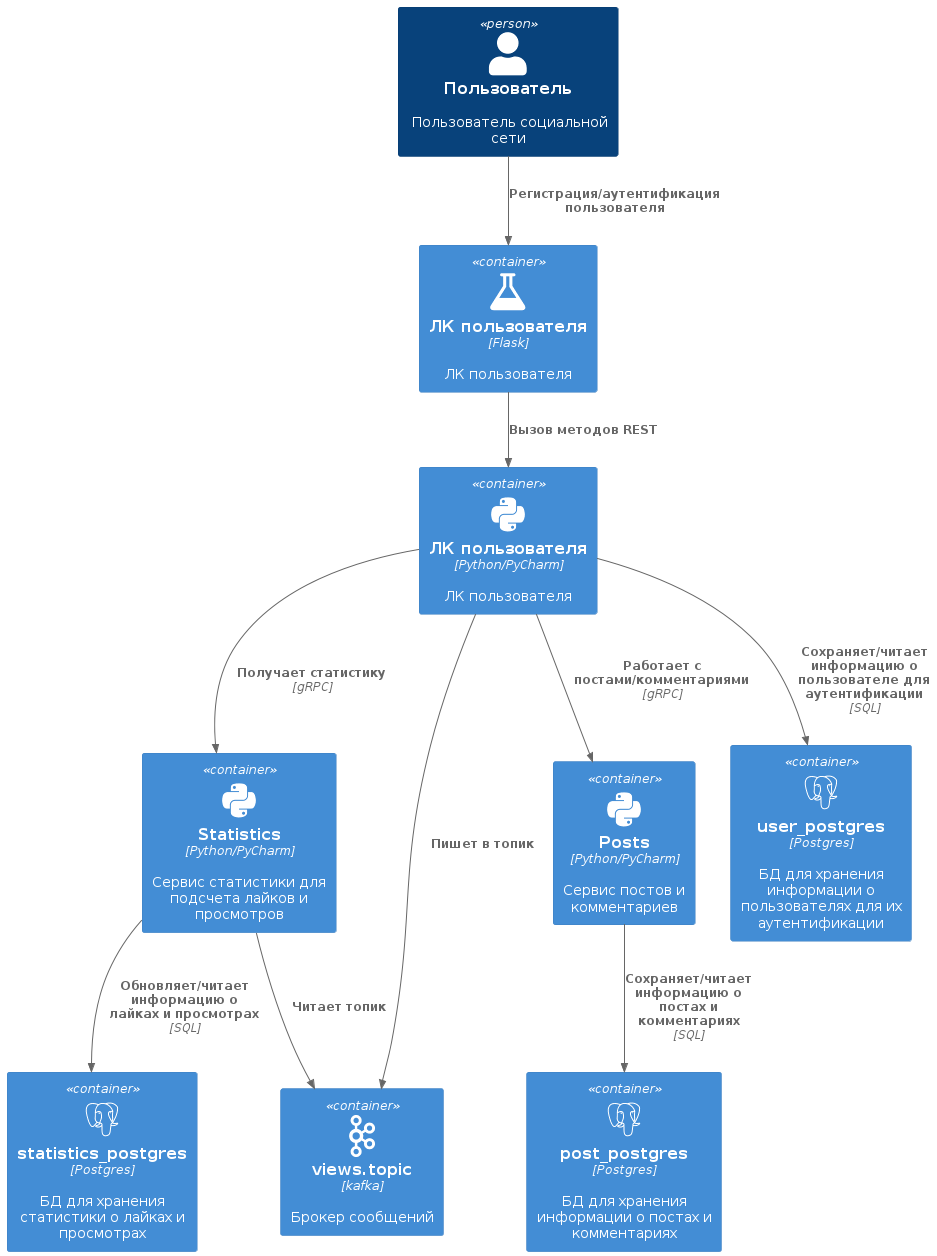
The PlantUML diagram doc/c4-containers.png in tonyaklm/system-project-soa, before a commit. The source it was exported from:
```plantuml
@startuml
!include <C4/C4_Container>

!define PYTHON https://raw.githubusercontent.com/tupadr3/plantuml-icon-font-sprites/master/devicons/python.puml
!include PYTHON

!define FLASK https://raw.githubusercontent.com/tupadr3/plantuml-icon-font-sprites/master/font-awesome/flask.puml
!include FLASK

!define POSTGRES https://raw.githubusercontent.com/tupadr3/plantuml-icon-font-sprites/master/devicons/postgresql.puml
!include POSTGRES

!define ICONURL https://raw.githubusercontent.com/tupadr3/plantuml-icon-font-sprites/master/devicons/postgresql.puml
!include ICONURL

!define KAFKA  https://raw.githubusercontent.com/plantuml/plantuml-stdlib/master/cloudinsight/kafka.puml
!include KAFKA

Person(person, "Пользователь", "Пользователь социальной сети")

Container(personal_account, "ЛК пользователя", "Flask", "ЛК пользователя", "flask")
Container(per_acc_backend, "ЛК пользователя", "Python/PyCharm", "ЛК пользователя", "python")

Container(statistics_service, "Statistics","Python/PyCharm", "Сервис статистики для подсчета лайков и просмотров", "python")
Container(post_service, "Posts","Python/PyCharm", "Сервис постов и комментариев", "python")


Container(db_user, "user_postgres","Postgres", "БД для хранения информации о пользователях для их аутентификации", "postgresql")
Container(db_post, "post_postgres","Postgres", "БД для хранения информации о постах и комментариях", "postgresql")
Container(db_statistics, "statistics_postgres","Postgres", "БД для хранения статистики о лайках и просмотрах", "postgresql")

Container(message_broker, "views.topic","kafka", "Брокер сообщений", "kafka")

Rel(person, personal_account, "Регистрация/аутентификация пользователя")
Rel(per_acc_backend, statistics_service, "Получает статистику", "gRPC")
Rel(personal_account, per_acc_backend, "Вызов методов REST")
Rel(per_acc_backend, message_broker, "Пишет в топик")
Rel(statistics_service, message_broker, "Читает топик")
Rel(per_acc_backend, post_service, "Работает с постами/комментариями", "gRPC")

Rel(per_acc_backend, db_user, "Сохраняет/читает информацию о пользователе для аутентификации", "SQL")
Rel(post_service, db_post, "Сохраняет/читает информацию о постах и комментариях", "SQL")
Rel(statistics_service, db_statistics, "Обновляет/читает информацию о лайках и просмотрах", "SQL")

@enduml
```
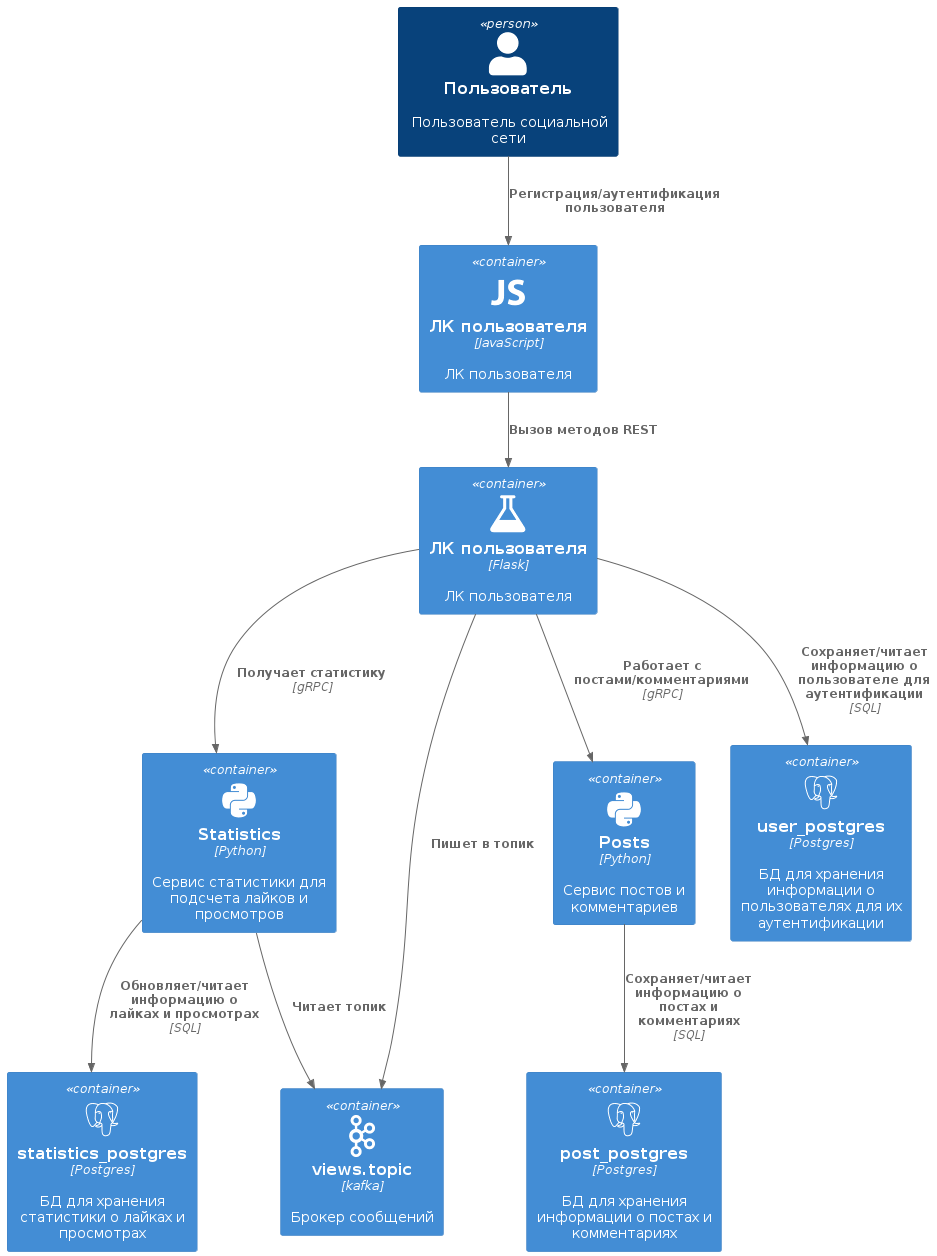
After the commit.

What changed in the source:
```diff
@@ -7,22 +7,25 @@
 !define FLASK https://raw.githubusercontent.com/tupadr3/plantuml-icon-font-sprites/master/font-awesome/flask.puml
 !include FLASK
 
+!define JAVASCRIPT https://raw.githubusercontent.com/tupadr3/plantuml-icon-font-sprites/master/devicons/javascript.puml
+!include JAVASCRIPT
+
 !define POSTGRES https://raw.githubusercontent.com/tupadr3/plantuml-icon-font-sprites/master/devicons/postgresql.puml
 !include POSTGRES
 
-!define ICONURL https://raw.githubusercontent.com/tupadr3/plantuml-icon-font-sprites/master/devicons/postgresql.puml
-!include ICONURL
+!define POSTGRESQL https://raw.githubusercontent.com/tupadr3/plantuml-icon-font-sprites/master/devicons/postgresql.puml
+!include POSTGRESQL
 
 !define KAFKA  https://raw.githubusercontent.com/plantuml/plantuml-stdlib/master/cloudinsight/kafka.puml
 !include KAFKA
 
 Person(person, "Пользователь", "Пользователь социальной сети")
 
-Container(personal_account, "ЛК пользователя", "Flask", "ЛК пользователя", "flask")
-Container(per_acc_backend, "ЛК пользователя", "Python/PyCharm", "ЛК пользователя", "python")
+Container(personal_account, "ЛК пользователя", "JavaScript", "ЛК пользователя", "javascript")
+Container(per_acc_backend, "ЛК пользователя", "Flask", "ЛК пользователя", "flask")
 
-Container(statistics_service, "Statistics","Python/PyCharm", "Сервис статистики для подсчета лайков и просмотров", "python")
-Container(post_service, "Posts","Python/PyCharm", "Сервис постов и комментариев", "python")
+Container(statistics_service, "Statistics","Python", "Сервис статистики для подсчета лайков и просмотров", "python")
+Container(post_service, "Posts","Python", "Сервис постов и комментариев", "python")
 
 
 Container(db_user, "user_postgres","Postgres", "БД для хранения информации о пользователях для их аутентификации", "postgresql")
```
